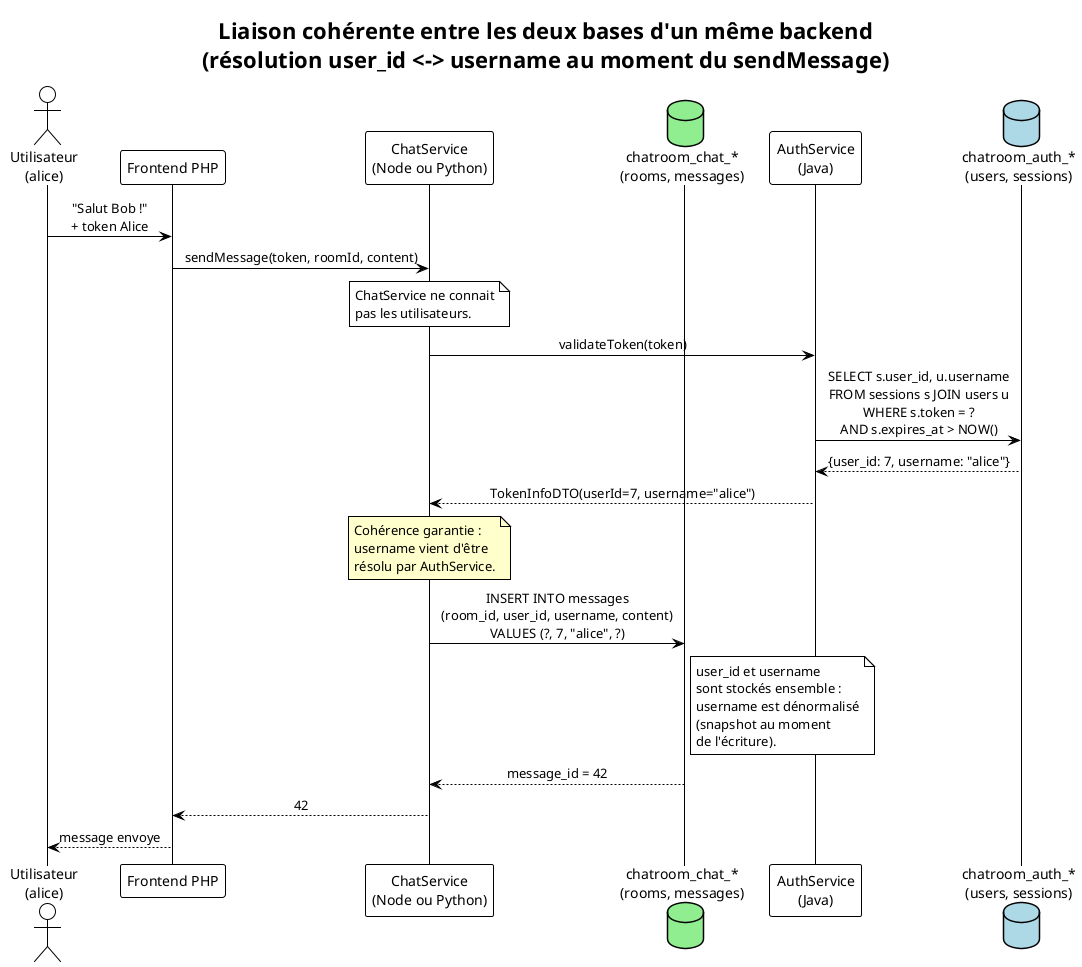
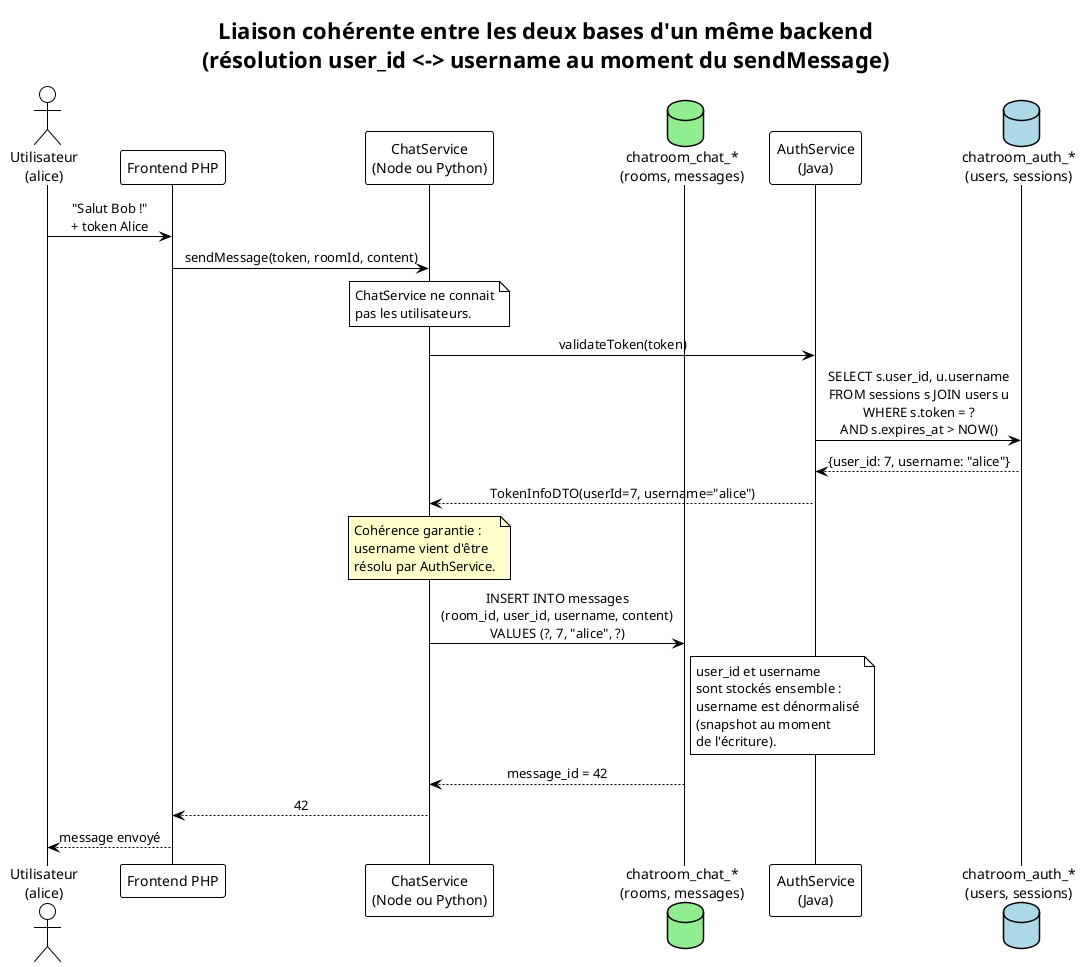
@startuml liaison-bd-services
!theme plain
skinparam backgroundColor #FFFFFF
skinparam sequenceMessageAlign center

title Liaison cohérente entre les deux bases d'un même backend\n(résolution user_id <-> username au moment du sendMessage)

actor "Utilisateur\n(alice)" as user
participant "Frontend PHP" as front
participant "ChatService\n(Node ou Python)" as chat
database "chatroom_chat_*\n(rooms, messages)" as chatdb #LightGreen
participant "AuthService\n(Java)" as auth
database "chatroom_auth_*\n(users, sessions)" as authdb #LightBlue

user -> front : "Salut Bob !"\n+ token Alice
front -> chat : sendMessage(token, roomId, content)

note over chat
  ChatService ne connait
  pas les utilisateurs.
end note

chat -> auth : validateToken(token)
auth -> authdb : SELECT s.user_id, u.username\nFROM sessions s JOIN users u\nWHERE s.token = ?\nAND s.expires_at > NOW()
authdb --> auth : {user_id: 7, username: "alice"}
auth --> chat : TokenInfoDTO(userId=7, username="alice")

note over chat #FFFFCC
  Cohérence garantie :
  username vient d'être
  résolu par AuthService.
end note

chat -> chatdb : INSERT INTO messages\n(room_id, user_id, username, content)\nVALUES (?, 7, "alice", ?)
note right of chatdb
  user_id et username
  sont stockés ensemble :
  username est dénormalisé
  (snapshot au moment
  de l'écriture).
end note
chatdb --> chat : message_id = 42

chat --> front : 42
- front --> user : message envoye
+ front --> user : message envoyé

@enduml
